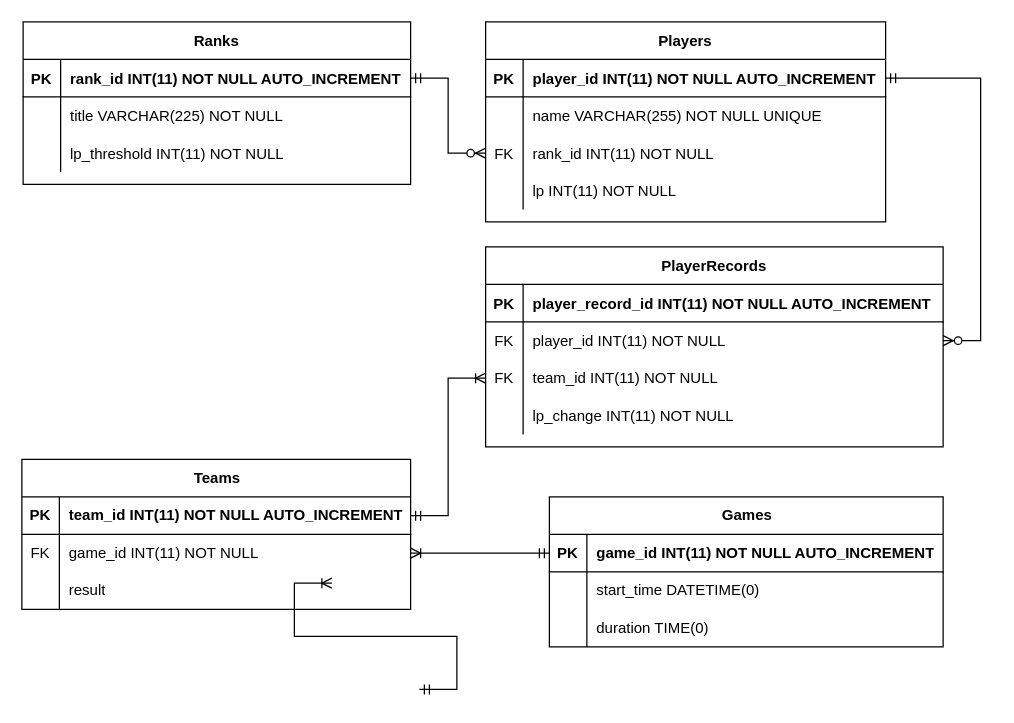
This is Untitled Diagram.drawio from sinogrimm/lol_player_ranking_records_system, a draw.io file, before an edit. Source tidied: cells renumbered, new cells numbered last; positions are measured from the earlier drawing's top-left corner, leaving out a move shared by most shapes. Both pictures are drawn from the tidied source at 125%, with x=0, y=0 at pixel (21, 21).
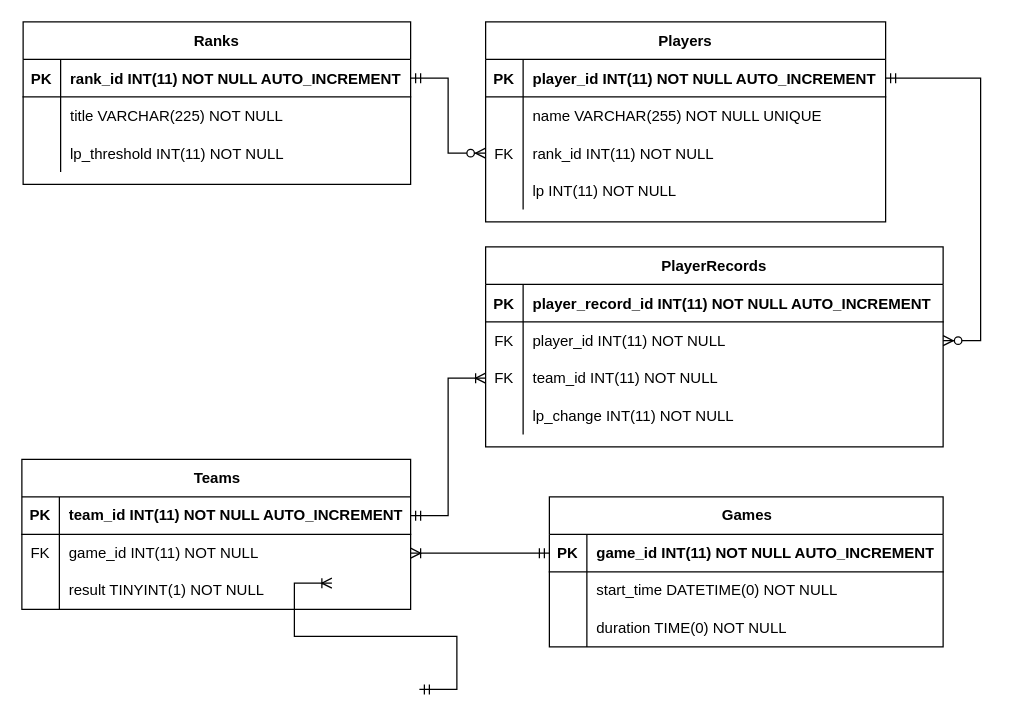
After the change.

Commit message:
corrected data types and constraints

The change refers to these unchanged cells:
```xml
<mxCell id="32" style="shape=tableRow;horizontal=0;startSize=0;swimlaneHead=0;swimlaneBody=0;fillColor=none;top=0;left=0;right=0;bottom=0;" parent="25" vertex="1">
  <mxGeometry y="90" width="311" height="30" as="geometry" />
</mxCell>
<mxCell id="54" style="shape=tableRow;horizontal=0;startSize=0;swimlaneHead=0;swimlaneBody=0;fillColor=none;top=0;left=0;right=0;bottom=0;" parent="50" vertex="1">
  <mxGeometry y="60" width="315" height="30" as="geometry" />
</mxCell>
<mxCell id="57" style="shape=tableRow;horizontal=0;startSize=0;swimlaneHead=0;swimlaneBody=0;fillColor=none;top=0;left=0;right=0;bottom=0;" parent="50" vertex="1">
  <mxGeometry y="90" width="315" height="30" as="geometry" />
</mxCell>
```

Diff of the diagram source:
```diff
@@
-    <mxCell id="34" value="result" style="shape=partialRectangle;fillColor=none;top=0;left=0;bottom=0;right=0;align=left;spacingLeft=6;overflow=hidden;whiteSpace=wrap;html=1;" parent="32" vertex="1">
+    <mxCell id="34" value="result TINYINT(1) NOT NULL" style="shape=partialRectangle;fillColor=none;top=0;left=0;bottom=0;right=0;align=left;spacingLeft=6;overflow=hidden;whiteSpace=wrap;html=1;" parent="32" vertex="1">
       <mxGeometry x="30" width="281" height="30" as="geometry" />
     </mxCell>
@@
-    <mxCell id="56" value="start_time DATETIME(0)" style="shape=partialRectangle;fillColor=none;top=0;left=0;bottom=0;right=0;align=left;spacingLeft=6;overflow=hidden;whiteSpace=wrap;html=1;" parent="54" vertex="1">
+    <mxCell id="56" value="start_time DATETIME(0) NOT NULL" style="shape=partialRectangle;fillColor=none;top=0;left=0;bottom=0;right=0;align=left;spacingLeft=6;overflow=hidden;whiteSpace=wrap;html=1;" parent="54" vertex="1">
       <mxGeometry x="30" width="285" height="30" as="geometry" />
     </mxCell>
@@
-    <mxCell id="59" value="duration TIME(0)" style="shape=partialRectangle;fillColor=none;top=0;left=0;bottom=0;right=0;align=left;spacingLeft=6;overflow=hidden;whiteSpace=wrap;html=1;" parent="57" vertex="1">
+    <mxCell id="59" value="duration TIME(0) NOT NULL" style="shape=partialRectangle;fillColor=none;top=0;left=0;bottom=0;right=0;align=left;spacingLeft=6;overflow=hidden;whiteSpace=wrap;html=1;" parent="57" vertex="1">
       <mxGeometry x="30" width="285" height="30" as="geometry" />
     </mxCell>
```
